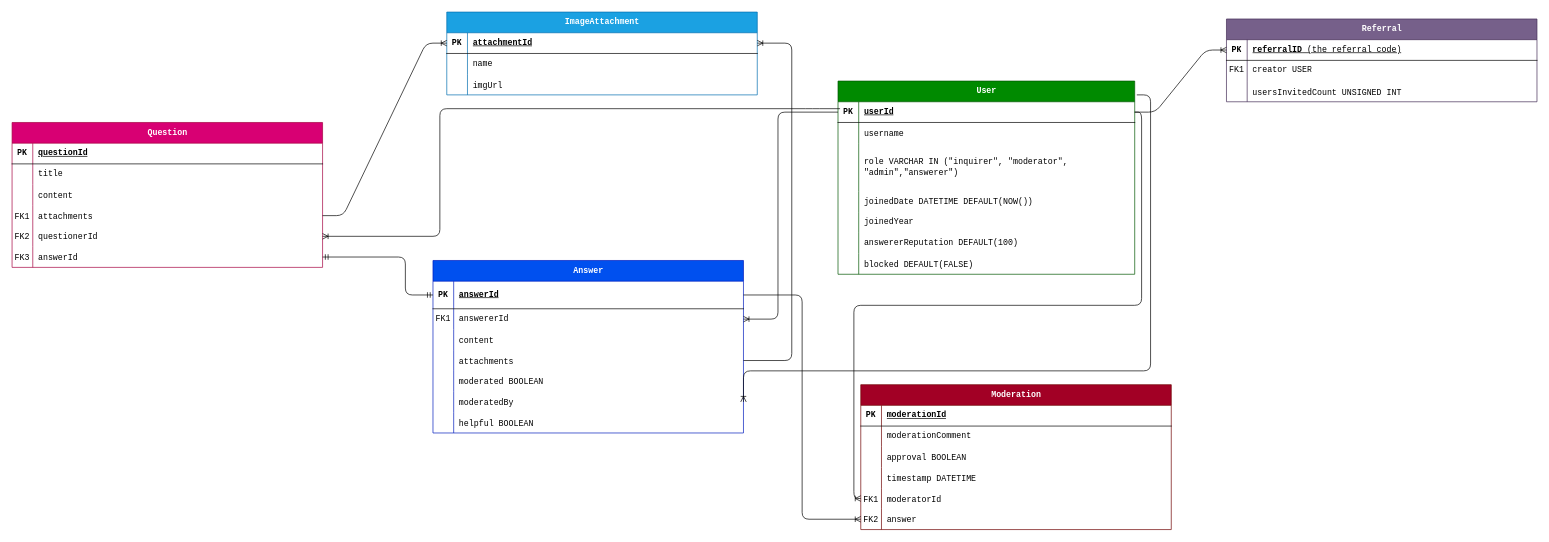
Earlier version of the draw.io diagram design/DB Design.drawio (timthedev07/KCAMathsHub). Source tidied: cells renumbered, new cells numbered last; positions are measured from the earlier drawing's top-left corner, leaving out a move shared by most shapes. Both pictures are drawn from the tidied source at 69%, with x=0, y=0 at pixel (12, 12).
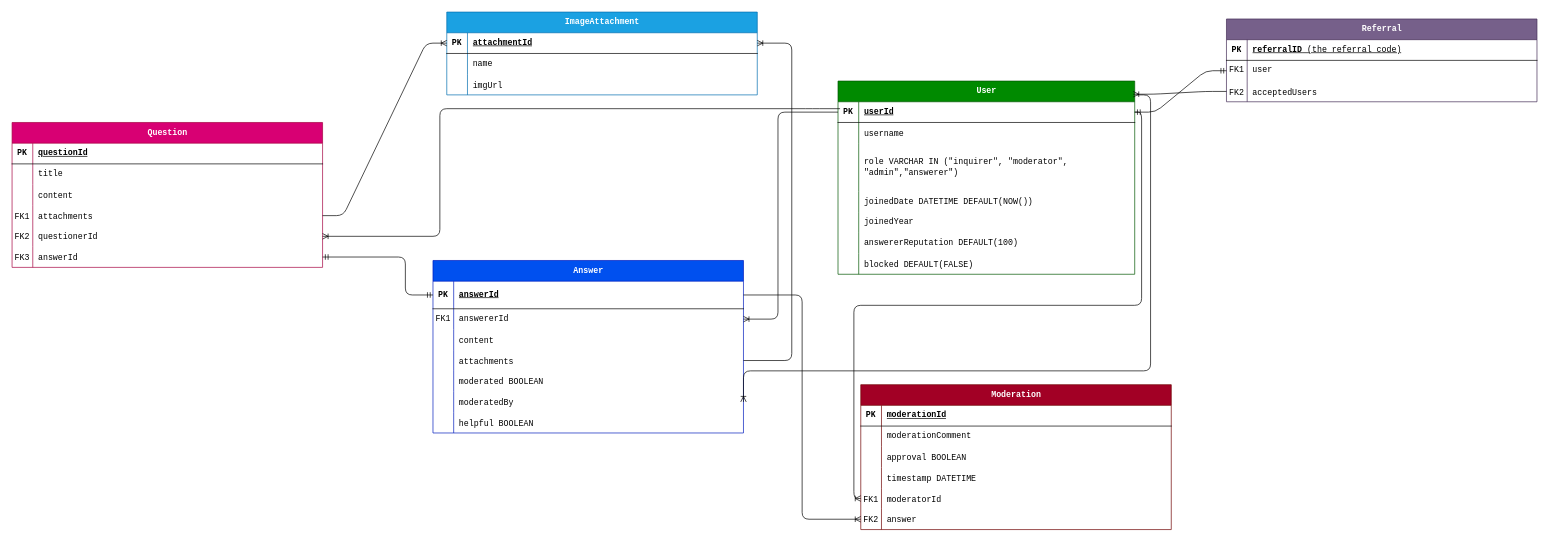
The same diagram, later.

The change refers to these unchanged cells:
```xml
<mxCell id="2" value="User" style="shape=table;startSize=30;childLayout=tableLayout;rowLines=0;fontStyle=1;align=center;html=1;fillColor=#008a00;fontColor=#ffffff;strokeColor=#005700;fontFamily=Courier New;" parent="1" vertex="1">
  <mxGeometry x="1197" y="100" width="430" height="280" as="geometry" />
</mxCell>
<mxCell id="3" style="shape=tableRow;horizontal=0;startSize=0;swimlaneHead=0;swimlaneBody=0;fillColor=none;points=[[0,0.5],[1,0.5]];portConstraint=eastwest;top=0;left=0;right=0;bottom=1;fontFamily=Courier New;" parent="2" vertex="1">
  <mxGeometry y="30" width="430" height="30" as="geometry" />
</mxCell>
<mxCell id="103" style="shape=tableRow;horizontal=0;startSize=0;swimlaneHead=0;swimlaneBody=0;fillColor=none;points=[[0,0.5],[1,0.5]];portConstraint=eastwest;top=0;left=0;right=0;bottom=1;fontFamily=Courier New;" parent="102" vertex="1">
  <mxGeometry y="30" width="450" height="30" as="geometry" />
</mxCell>
<mxCell id="106" style="shape=tableRow;horizontal=0;startSize=0;swimlaneHead=0;swimlaneBody=0;fillColor=none;points=[[0,0.5],[1,0.5]];portConstraint=eastwest;top=0;left=0;right=0;bottom=0;fontFamily=Courier New;" parent="102" vertex="1">
  <mxGeometry y="60" width="450" height="30" as="geometry" />
</mxCell>
<mxCell id="109" style="shape=tableRow;horizontal=0;startSize=0;swimlaneHead=0;swimlaneBody=0;fillColor=none;points=[[0,0.5],[1,0.5]];portConstraint=eastwest;top=0;left=0;right=0;bottom=0;fontFamily=Courier New;" parent="102" vertex="1">
  <mxGeometry y="90" width="450" height="30" as="geometry" />
</mxCell>
```

Diff of the diagram source:
```diff
@@
-    <mxCell id="108" value="creator USER" style="shape=partialRectangle;fillColor=none;top=0;left=0;bottom=0;right=0;align=left;spacingLeft=6;overflow=hidden;whiteSpace=wrap;html=1;fontFamily=Courier New;" parent="106" vertex="1">
+    <mxCell id="108" value="user" style="shape=partialRectangle;fillColor=none;top=0;left=0;bottom=0;right=0;align=left;spacingLeft=6;overflow=hidden;whiteSpace=wrap;html=1;fontFamily=Courier New;" parent="106" vertex="1">
       <mxGeometry x="30" width="420" height="30" as="geometry" />
     </mxCell>
@@
-    <mxCell id="110" style="shape=partialRectangle;fillColor=none;top=0;left=0;bottom=0;right=0;overflow=hidden;fontFamily=Courier New;" parent="109" vertex="1">
+    <mxCell id="110" value="FK2" style="shape=partialRectangle;fillColor=none;top=0;left=0;bottom=0;right=0;overflow=hidden;fontFamily=Courier New;" parent="109" vertex="1">
       <mxGeometry width="30" height="30" as="geometry" />
     </mxCell>
-    <mxCell id="111" value="usersInvitedCount UNSIGNED INT" style="shape=partialRectangle;fillColor=none;top=0;left=0;bottom=0;right=0;align=left;spacingLeft=6;overflow=hidden;fontFamily=Courier New;" parent="109" vertex="1">
+    <mxCell id="111" value="acceptedUsers" style="shape=partialRectangle;fillColor=none;top=0;left=0;bottom=0;right=0;align=left;spacingLeft=6;overflow=hidden;fontFamily=Courier New;" parent="109" vertex="1">
       <mxGeometry x="30" width="420" height="30" as="geometry" />
     </mxCell>
-    <mxCell id="112" style="edgeStyle=entityRelationEdgeStyle;fontSize=12;html=1;endArrow=ERoneToMany;rounded=1;exitX=1;exitY=0.5;exitDx=0;exitDy=0;entryX=0;entryY=0.5;entryDx=0;entryDy=0;" parent="1" edge="1" source="3" target="103">
-      <mxGeometry relative="1" as="geometry" />
-    </mxCell>
+    <mxCell id="113" style="edgeStyle=entityRelationEdgeStyle;fontSize=12;html=1;endArrow=ERmandOne;startArrow=ERmandOne;rounded=1;exitX=1;exitY=0.5;exitDx=0;exitDy=0;entryX=0;entryY=0.5;entryDx=0;entryDy=0;" parent="1" edge="1" source="3" target="106">
+      <mxGeometry relative="1" as="geometry" />
+    </mxCell>
+    <mxCell id="114" style="edgeStyle=entityRelationEdgeStyle;fontSize=12;html=1;endArrow=ERoneToMany;rounded=1;exitX=0;exitY=0.5;exitDx=0;exitDy=0;entryX=0.995;entryY=0.068;entryDx=0;entryDy=0;entryPerimeter=0;" parent="1" edge="1" source="109" target="2">
+      <mxGeometry relative="1" as="geometry" />
+    </mxCell>
```
